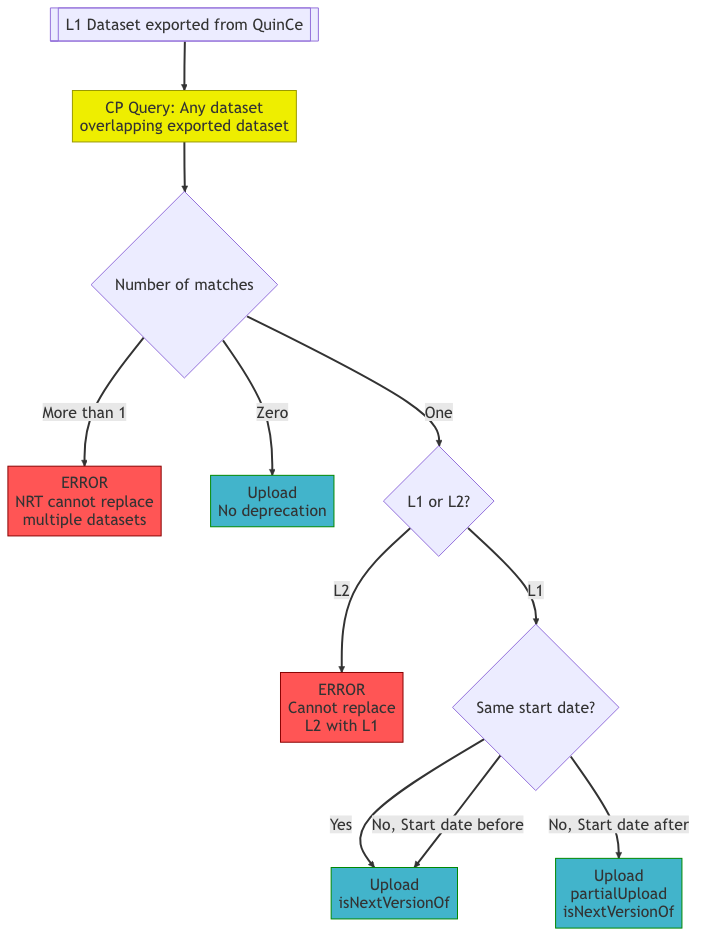
quince-science/QuinCe keeps this Mermaid diagram as Documentation/Design/ExportScripts/CarbonPortal/L1_flowchart.png. Above is the earlier version. Its source is kept beside it as Documentation/Design/ExportScripts/CarbonPortal/L1_flowchart.mermaid.
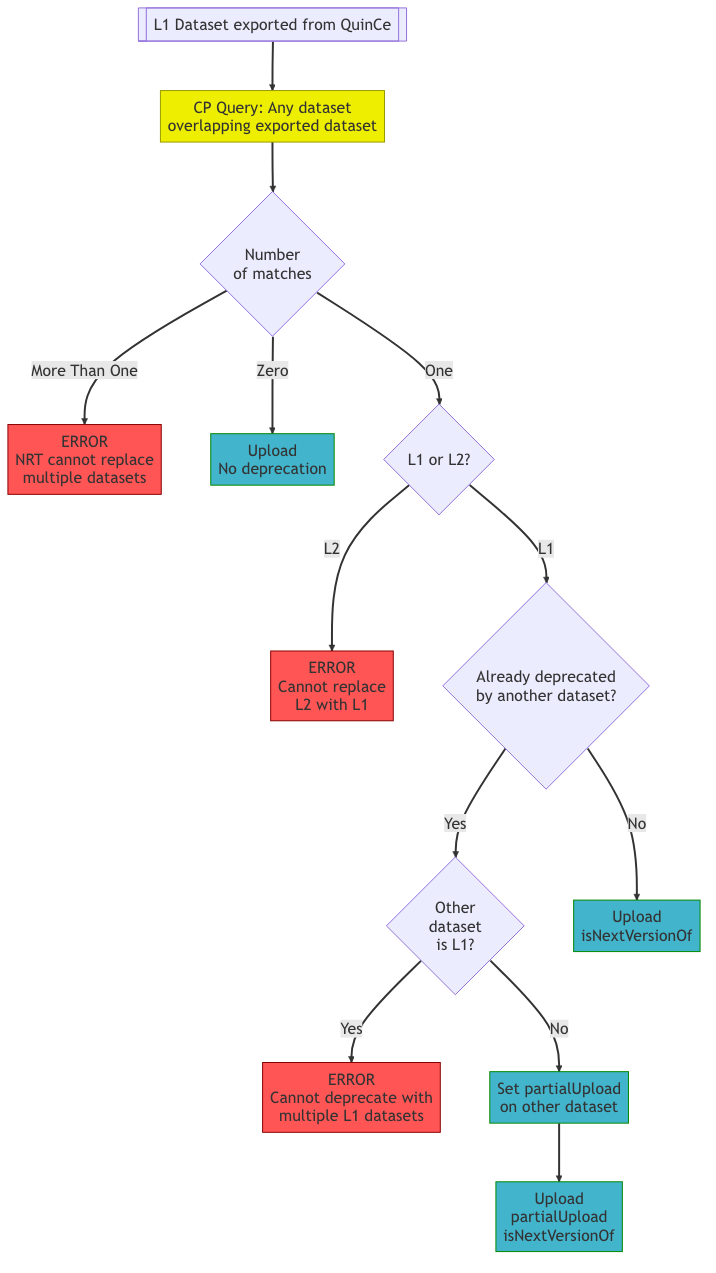
The same diagram one commit later.

Commit message:
(#2607) Ready to start implementing

Change to the diagram source:
```diff
@@ -1,27 +1,40 @@
 flowchart TD
   exported[[L1 Dataset exported from QuinCe]]
   q_existing[CP Query: Any dataset<br>overlapping exported dataset]:::query
-  existing_count{Number of matches}
+  existing_count{Number<br>of matches}
   error1[ERROR<br>NRT cannot replace<br>multiple datasets]:::error
   upload_no_link[Upload<br>No deprecation]:::upload
   l1_l2{L1 or L2?}
   error2[ERROR<br>Cannot replace<br>L2 with L1]:::error
-  same_start{Same start date?}
+
+  other_deprecation{Already deprecated<br>by another dataset?}
+  other_l1{Other<br>dataset<br>is L1?}
+
   upload_nextver[Upload<br>isNextVersionOf]:::upload
+
+  err_deprecate_l1[ERROR<br>Cannot deprecate with<br>multiple L1 datasets]:::error
+  set_partial_upload[Set partialUpload<br>on other dataset]:::upload
   upload_partial[Upload<br>partialUpload<br>isNextVersionOf]:::upload
+
 
   exported-->q_existing
   q_existing-->existing_count
 
   existing_count-->|Zero|upload_no_link
-  existing_count-->|More than 1|error1
+  existing_count-->|More Than One|error1
 
   existing_count-->|One|l1_l2
-  l1_l2-->|L1|same_start
+  l1_l2-->|L1|other_deprecation
   l1_l2-->|L2|error2
-  same_start-->|Yes|upload_nextver
-  same_start-->|No, Start date before|upload_nextver
-  same_start-->|No, Start date after|upload_partial
+  other_deprecation-->|Yes|other_l1
+
+
+  other_l1-->|Yes|err_deprecate_l1
+  other_l1-->|No|set_partial_upload
+  other_deprecation-->|No|upload_nextver
+
+
+  set_partial_upload-->upload_partial
 
   classDef upload fill:#42b4cb,stroke:#080
   classDef error fill:#f55,stroke:#800
```
